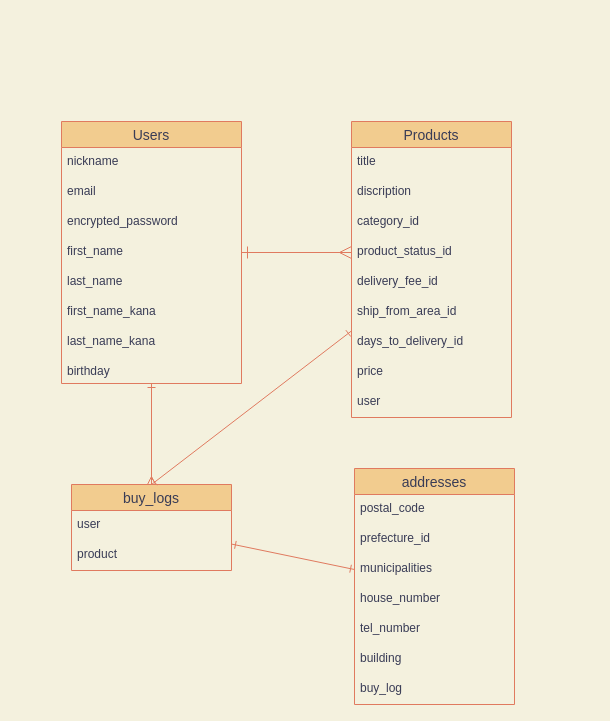
Earlier version of the draw.io diagram furima.dio (shisoshiso/furima-30312). Source tidied: cells renumbered, new cells numbered last; positions are measured from the earlier drawing's top-left corner, leaving out a move shared by most shapes. Both pictures are drawn from the tidied source at 100%, with x=0, y=0 at pixel (61, 121).
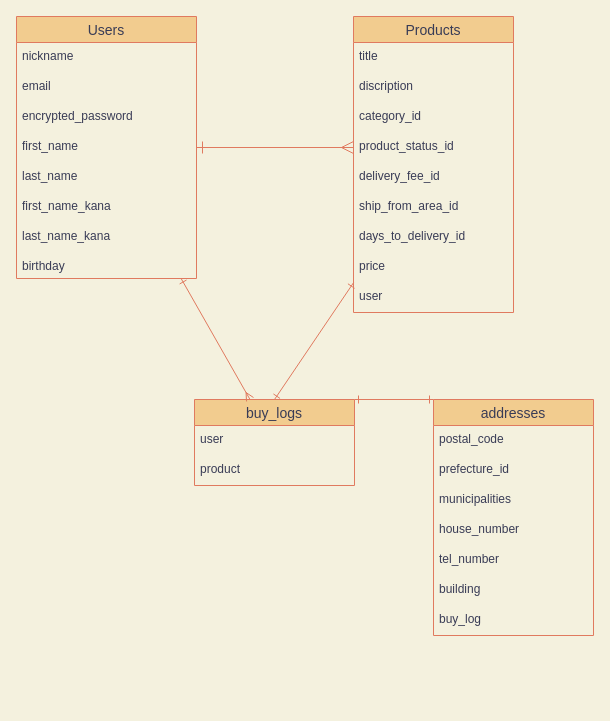
The same diagram, later.

The change refers to these unchanged cells:
```xml
<mxCell id="14" value="municipalities" style="text;strokeColor=none;fillColor=none;spacingLeft=4;spacingRight=4;overflow=hidden;points=[[0,0.5],[1,0.5]];portConstraint=eastwest;fontSize=12;fontColor=#393C56;" parent="11" vertex="1">
  <mxGeometry y="86" width="160" height="30" as="geometry" />
</mxCell>
```

Diff of the diagram source:
```diff
@@
     <mxCell id="2" value="Users" style="swimlane;fontStyle=0;horizontal=1;startSize=26;align=center;fontSize=14;fillColor=#F2CC8F;strokeColor=#E07A5F;fontColor=#393C56;" parent="1" vertex="1">
-      <mxGeometry width="180" height="262" as="geometry" />
+      <mxGeometry x="-45" y="-105" width="180" height="262" as="geometry" />
     </mxCell>
@@
     <mxCell id="11" value="addresses" style="swimlane;fontStyle=0;horizontal=1;startSize=26;align=center;fontSize=14;fillColor=#F2CC8F;strokeColor=#E07A5F;fontColor=#393C56;" parent="1" vertex="1">
-      <mxGeometry x="293" y="347" width="160" height="236" as="geometry" />
+      <mxGeometry x="372" y="278" width="160" height="236" as="geometry" />
     </mxCell>
@@
     <mxCell id="19" value="Products" style="swimlane;fontStyle=0;horizontal=1;startSize=26;align=center;fontSize=14;fillColor=#F2CC8F;strokeColor=#E07A5F;fontColor=#393C56;" parent="1" vertex="1">
-      <mxGeometry x="290" width="160" height="296" as="geometry" />
+      <mxGeometry x="292" y="-105" width="160" height="296" as="geometry" />
     </mxCell>
@@
     <mxCell id="29" value="buy_logs" style="swimlane;fontStyle=0;horizontal=1;startSize=26;align=center;fontSize=14;fillColor=#F2CC8F;strokeColor=#E07A5F;fontColor=#393C56;" parent="1" vertex="1">
-      <mxGeometry x="10" y="363" width="160" height="86" as="geometry" />
+      <mxGeometry x="133" y="278" width="160" height="86" as="geometry" />
     </mxCell>
@@
-    <mxCell id="34" style="edgeStyle=none;rounded=1;sketch=0;jettySize=auto;html=1;exitX=0;exitY=0.5;exitDx=0;exitDy=0;startArrow=ERone;startFill=0;strokeColor=#E07A5F;fillColor=#F2CC8F;fontColor=#393C56;endArrow=ERone;endFill=0;labelBackgroundColor=#F4F1DE;" parent="1" edge="1" source="14" target="29">
+    <mxCell id="34" style="edgeStyle=none;rounded=1;sketch=0;jettySize=auto;html=1;exitX=0;exitY=0;exitDx=0;exitDy=0;startArrow=ERone;startFill=0;strokeColor=#E07A5F;fillColor=#F2CC8F;fontColor=#393C56;endArrow=ERone;endFill=0;labelBackgroundColor=#F4F1DE;entryX=1;entryY=0;entryDx=0;entryDy=0;" parent="1" edge="1" source="11" target="29">
       <mxGeometry relative="1" as="geometry" />
     </mxCell>
```
